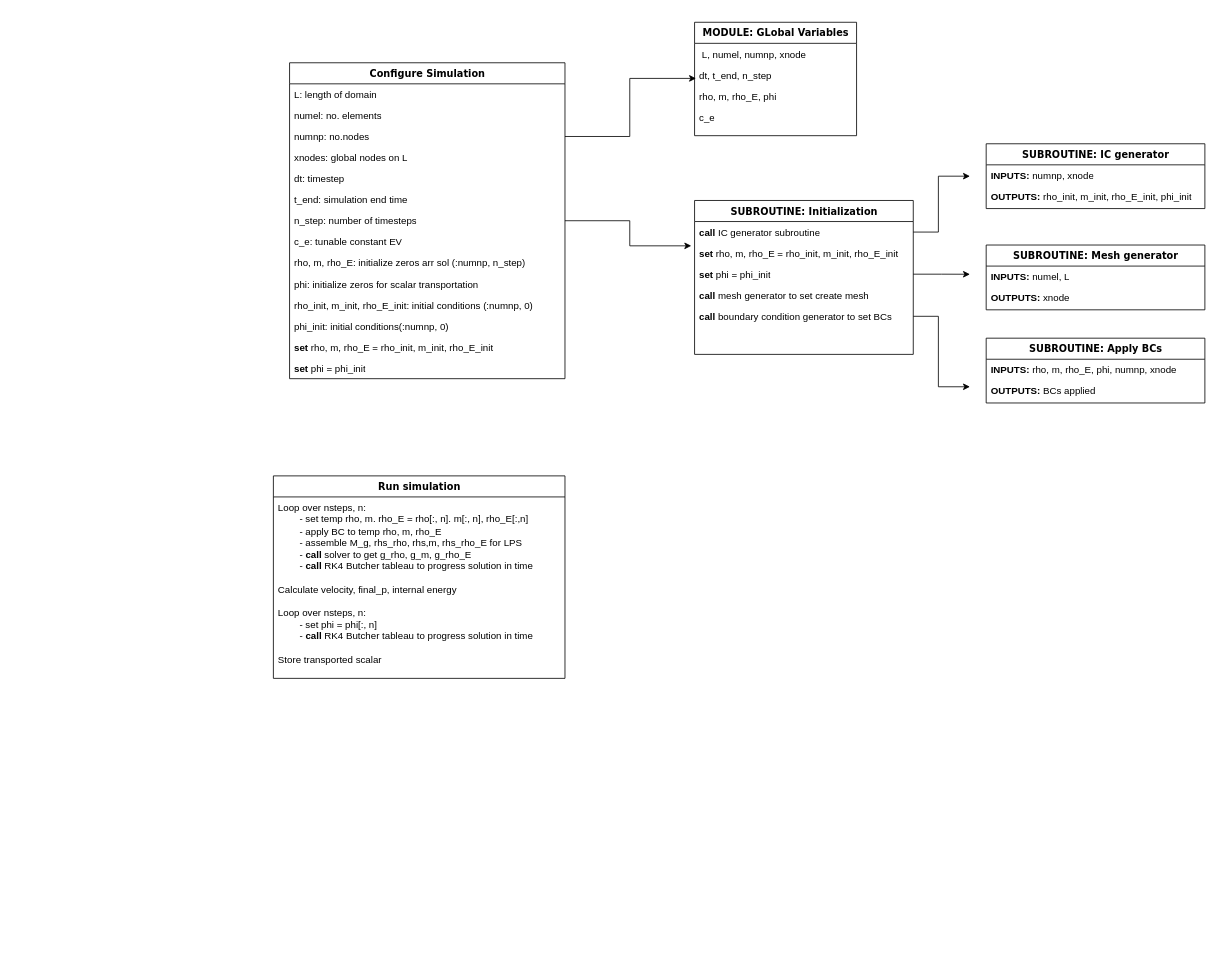
Earlier version of the draw.io diagram Untitled Diagram.drawio (cstylianou98/fortran_compressible_NS). Source tidied: cells renumbered, new cells numbered last; positions are measured from the earlier drawing's top-left corner, leaving out a move shared by most shapes. Both pictures are drawn from the tidied source at 81%, with x=0, y=0 at pixel (273, 22).
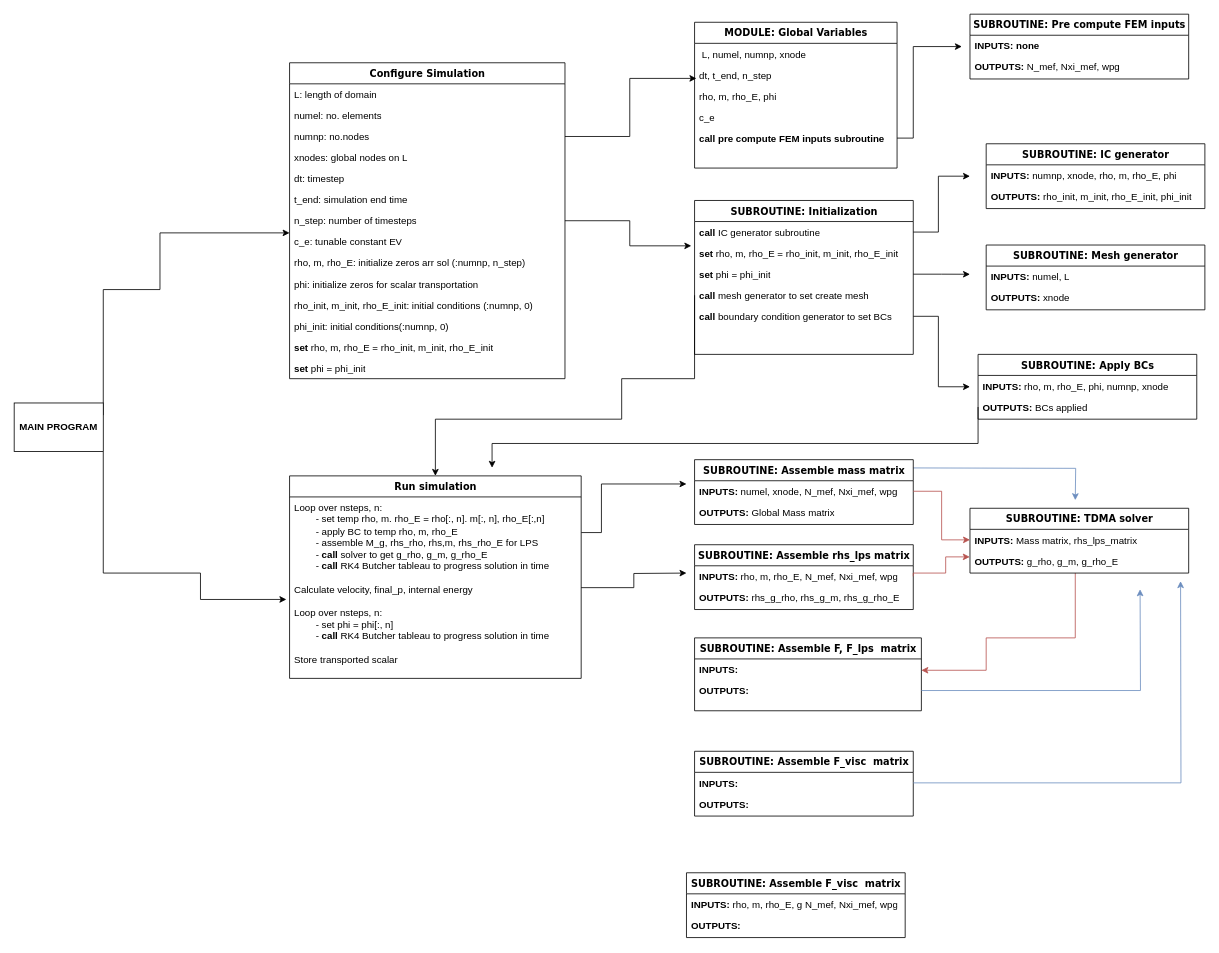
After the change.

Unchanged cells that the change refers to:
```xml
<mxCell id="10" value="c_e: tunable constant EV" style="text;html=1;strokeColor=none;fillColor=none;align=left;verticalAlign=top;spacingLeft=4;spacingRight=4;whiteSpace=wrap;overflow=hidden;points=[[0,0.5],[1,0.5]];portConstraint=eastwest;" parent="2" vertex="1">
  <mxGeometry y="208" width="340" height="26" as="geometry" />
</mxCell>
<mxCell id="29" value="&lt;b&gt;call &lt;/b&gt;mesh generator to set create mesh" style="text;html=1;strokeColor=none;fillColor=none;align=left;verticalAlign=top;spacingLeft=4;spacingRight=4;whiteSpace=wrap;overflow=hidden;points=[[0,0.5],[1,0.5]];portConstraint=eastwest;" parent="23" vertex="1">
  <mxGeometry y="104" width="270" height="26" as="geometry" />
</mxCell>
<mxCell id="33" value="SUBROUTINE: IC generator" style="swimlane;html=1;fontStyle=1;align=center;verticalAlign=top;horizontal=1;startSize=26;swimlaneFillColor=#ffffff;rounded=0;shadow=0;comic=0;labelBackgroundColor=none;strokeWidth=1;fillColor=none;fontFamily=Verdana;fontSize=12;" parent="1" vertex="1">
  <mxGeometry x="880" y="150" width="270" height="80" as="geometry" />
</mxCell>
<mxCell id="41" value="&lt;b&gt;OUTPUTS: &lt;/b&gt;BCs applied&amp;nbsp;" style="text;html=1;strokeColor=none;fillColor=none;align=left;verticalAlign=top;spacingLeft=4;spacingRight=4;whiteSpace=wrap;overflow=hidden;points=[[0,0.5],[1,0.5]];portConstraint=eastwest;" parent="39" vertex="1">
  <mxGeometry y="52" width="270" height="26" as="geometry" />
</mxCell>
<mxCell id="43" value="Loop over nsteps, n:&lt;div&gt;&lt;span style=&quot;white-space: pre;&quot;&gt;&#9;&lt;/span&gt;- set temp rho, m. rho_E = rho[:, n]. m[:, n], rho_E[:,n]&amp;nbsp;&amp;nbsp;&lt;/div&gt;&lt;div&gt;&lt;span style=&quot;white-space: pre;&quot;&gt;&#9;&lt;/span&gt;- apply BC to temp rho, m, rho_E&lt;br&gt;&lt;/div&gt;&lt;div&gt;&lt;span style=&quot;white-space: pre;&quot;&gt;&#9;&lt;/span&gt;- assemble M_g, rhs_rho, rhs,m, rhs_rho_E for LPS&lt;br&gt;&lt;/div&gt;&lt;div&gt;&lt;span style=&quot;white-space: pre;&quot;&gt;&#9;&lt;/span&gt;- &lt;b&gt;call &lt;/b&gt;solver to get g_rho, g_m, g_rho_E&lt;br&gt;&lt;/div&gt;&lt;div&gt;&lt;span style=&quot;white-space: pre;&quot;&gt;&#9;&lt;/span&gt;- &lt;b&gt;call &lt;/b&gt;RK4 Butcher tableau to progress solution in time&lt;/div&gt;&lt;div&gt;&lt;br&gt;&lt;/div&gt;&lt;div&gt;Calculate velocity, final_p, internal energy&lt;/div&gt;&lt;div&gt;&lt;br&gt;&lt;/div&gt;&lt;div&gt;Loop over nsteps, n:&lt;/div&gt;&lt;div&gt;&lt;span style=&quot;white-space: pre;&quot;&gt;&#9;&lt;/span&gt;- set phi = phi[:, n]&lt;br&gt;&lt;/div&gt;&lt;div&gt;&lt;span style=&quot;white-space: pre;&quot;&gt;&#9;&lt;/span&gt;- &lt;b&gt;call &lt;/b&gt;RK4 Butcher tableau to progress solution in time&lt;/div&gt;&lt;div&gt;&lt;span style=&quot;white-space: pre;&quot;&gt;&#9;&lt;/span&gt;&lt;/div&gt;&lt;div&gt;Store transported scalar&lt;/div&gt;" style="text;html=1;strokeColor=none;fillColor=none;align=left;verticalAlign=top;spacingLeft=4;spacingRight=4;whiteSpace=wrap;overflow=hidden;points=[[0,0.5],[1,0.5]];portConstraint=eastwest;" parent="42" vertex="1">
  <mxGeometry y="26" width="360" height="224" as="geometry" />
</mxCell>
```

What changed in the source:
```diff
@@
-    <mxCell id="17" value="MODULE: GLobal Variables" style="swimlane;html=1;fontStyle=1;align=center;verticalAlign=top;horizontal=1;startSize=26;swimlaneFillColor=#ffffff;rounded=0;shadow=0;comic=0;labelBackgroundColor=none;strokeWidth=1;fillColor=none;fontFamily=Verdana;fontSize=12;" parent="1" vertex="1">
-      <mxGeometry x="520" width="200" height="140" as="geometry" />
+    <mxCell id="17" value="MODULE: Global Variables" style="swimlane;html=1;fontStyle=1;align=center;verticalAlign=top;horizontal=1;startSize=26;swimlaneFillColor=#ffffff;rounded=0;shadow=0;comic=0;labelBackgroundColor=none;strokeWidth=1;fillColor=none;fontFamily=Verdana;fontSize=12;" parent="1" vertex="1">
+      <mxGeometry x="520" width="250" height="180" as="geometry" />
     </mxCell>
     <mxCell id="18" value="&amp;nbsp;L, numel, numnp, xnode" style="text;html=1;strokeColor=none;fillColor=none;align=left;verticalAlign=top;spacingLeft=4;spacingRight=4;whiteSpace=wrap;overflow=hidden;" parent="17" vertex="1">
-      <mxGeometry y="26" width="200" height="26" as="geometry" />
+      <mxGeometry y="26" width="250" height="26" as="geometry" />
     </mxCell>
     <mxCell id="19" value="dt, t_end, n_step" style="text;html=1;strokeColor=none;fillColor=none;align=left;verticalAlign=top;spacingLeft=4;spacingRight=4;whiteSpace=wrap;overflow=hidden;points=[[0,0.5],[1,0.5]];portConstraint=eastwest;" parent="17" vertex="1">
-      <mxGeometry y="52" width="200" height="26" as="geometry" />
+      <mxGeometry y="52" width="250" height="26" as="geometry" />
     </mxCell>
     <mxCell id="20" value="rho, m, rho_E, phi" style="text;html=1;strokeColor=none;fillColor=none;align=left;verticalAlign=top;spacingLeft=4;spacingRight=4;whiteSpace=wrap;overflow=hidden;" parent="17" vertex="1">
-      <mxGeometry y="78" width="200" height="26" as="geometry" />
+      <mxGeometry y="78" width="250" height="26" as="geometry" />
     </mxCell>
     <mxCell id="21" value="c_e" style="text;html=1;strokeColor=none;fillColor=none;align=left;verticalAlign=top;spacingLeft=4;spacingRight=4;whiteSpace=wrap;overflow=hidden;" parent="17" vertex="1">
-      <mxGeometry y="104" width="200" height="26" as="geometry" />
+      <mxGeometry y="104" width="250" height="26" as="geometry" />
     </mxCell>
+    <mxCell id="44" style="edgeStyle=orthogonalEdgeStyle;rounded=0;jettySize=auto;html=1;exitX=1;exitY=0.5;exitDx=0;exitDy=0;" parent="17" edge="1" source="45">
+      <mxGeometry relative="1" as="geometry">
+        <mxPoint x="330" y="30" as="targetPoint" />
+        <Array as="points">
+          <mxPoint x="270" y="143" />
+          <mxPoint x="270" y="30" />
+        </Array>
+      </mxGeometry>
+    </mxCell>
+    <mxCell id="45" value="&lt;b&gt;call pre compute FEM inputs subroutine&lt;/b&gt;" style="text;html=1;strokeColor=none;fillColor=none;align=left;verticalAlign=top;spacingLeft=4;spacingRight=4;whiteSpace=wrap;overflow=hidden;points=[[0,0.5],[1,0.5]];portConstraint=eastwest;" parent="17" vertex="1">
+      <mxGeometry y="130" width="250" height="26" as="geometry" />
+    </mxCell>
@@
-    <mxCell id="34" value="&lt;b&gt;INPUTS: &lt;/b&gt;numnp, xnode" style="text;html=1;strokeColor=none;fillColor=none;align=left;verticalAlign=top;spacingLeft=4;spacingRight=4;whiteSpace=wrap;overflow=hidden;" parent="33" vertex="1">
+    <mxCell id="34" value="&lt;b&gt;INPUTS: &lt;/b&gt;numnp, xnode, rho, m, rho_E, phi" style="text;html=1;strokeColor=none;fillColor=none;align=left;verticalAlign=top;spacingLeft=4;spacingRight=4;whiteSpace=wrap;overflow=hidden;" parent="33" vertex="1">
       <mxGeometry y="26" width="270" height="26" as="geometry" />
     </mxCell>
@@
     <mxCell id="39" value="SUBROUTINE: Apply BCs" style="swimlane;html=1;fontStyle=1;align=center;verticalAlign=top;horizontal=1;startSize=26;swimlaneFillColor=#ffffff;rounded=0;shadow=0;comic=0;labelBackgroundColor=none;strokeWidth=1;fillColor=none;fontFamily=Verdana;fontSize=12;" parent="1" vertex="1">
-      <mxGeometry x="880" y="390" width="270" height="80" as="geometry" />
+      <mxGeometry x="870" y="410" width="270" height="80" as="geometry" />
     </mxCell>
@@
+    <mxCell id="46" style="edgeStyle=orthogonalEdgeStyle;rounded=0;jettySize=auto;html=1;exitX=0;exitY=0.5;exitDx=0;exitDy=0;" parent="39" edge="1" source="41">
+      <mxGeometry relative="1" as="geometry">
+        <mxPoint x="-600" y="140" as="targetPoint" />
+        <Array as="points">
+          <mxPoint y="110" />
+          <mxPoint x="-600" y="110" />
+        </Array>
+      </mxGeometry>
+    </mxCell>
@@
+    <mxCell id="47" style="edgeStyle=orthogonalEdgeStyle;rounded=0;jettySize=auto;html=1;" parent="1" edge="1" source="42">
+      <mxGeometry relative="1" as="geometry">
+        <mxPoint x="510" y="570" as="targetPoint" />
+        <Array as="points">
+          <mxPoint x="405" y="630" />
+          <mxPoint x="405" y="570" />
+          <mxPoint x="510" y="570" />
+        </Array>
+      </mxGeometry>
+    </mxCell>
     <mxCell id="42" value="Run simulation" style="swimlane;html=1;fontStyle=1;align=center;verticalAlign=top;horizontal=1;startSize=26;swimlaneFillColor=#ffffff;rounded=0;shadow=0;comic=0;labelBackgroundColor=none;strokeWidth=1;fillColor=none;fontFamily=Verdana;fontSize=12;" parent="1" vertex="1">
-      <mxGeometry y="560" width="360" height="250" as="geometry" />
+      <mxGeometry x="20" y="560" width="360" height="250" as="geometry" />
     </mxCell>
+    <mxCell id="48" style="edgeStyle=orthogonalEdgeStyle;rounded=0;jettySize=auto;html=1;exitX=1;exitY=0.5;exitDx=0;exitDy=0;" parent="42" edge="1" source="43">
+      <mxGeometry relative="1" as="geometry">
+        <mxPoint x="490" y="120" as="targetPoint" />
+      </mxGeometry>
+    </mxCell>
@@
+    <mxCell id="49" style="edgeStyle=orthogonalEdgeStyle;rounded=0;jettySize=auto;html=1;exitX=0;exitY=0.5;exitDx=0;exitDy=0;entryX=0.5;entryY=0;entryDx=0;entryDy=0;" parent="1" edge="1" source="29" target="42">
+      <mxGeometry relative="1" as="geometry">
+        <Array as="points">
+          <mxPoint x="520" y="440" />
+          <mxPoint x="430" y="440" />
+          <mxPoint x="430" y="490" />
+          <mxPoint x="200" y="490" />
+        </Array>
+      </mxGeometry>
+    </mxCell>
+    <mxCell id="50" style="edgeStyle=orthogonalEdgeStyle;rounded=0;orthogonalLoop=1;jettySize=auto;html=1;exitX=1;exitY=0.25;exitDx=0;exitDy=0;fillColor=#dae8fc;strokeColor=#6c8ebf;" parent="1" edge="1">
+      <mxGeometry relative="1" as="geometry">
+        <mxPoint x="790" y="550.2" as="sourcePoint" />
+        <mxPoint x="990" y="590" as="targetPoint" />
+      </mxGeometry>
+    </mxCell>
+    <mxCell id="51" value="SUBROUTINE: Assemble mass matrix" style="swimlane;html=1;fontStyle=1;align=center;verticalAlign=top;horizontal=1;startSize=26;swimlaneFillColor=#ffffff;rounded=0;shadow=0;comic=0;labelBackgroundColor=none;strokeWidth=1;fillColor=none;fontFamily=Verdana;fontSize=12;" parent="1" vertex="1">
+      <mxGeometry x="520" y="540" width="270" height="80" as="geometry" />
+    </mxCell>
+    <mxCell id="52" value="&lt;b&gt;INPUTS: &lt;/b&gt;numel, xnode, N_mef, Nxi_mef, wpg" style="text;html=1;strokeColor=none;fillColor=none;align=left;verticalAlign=top;spacingLeft=4;spacingRight=4;whiteSpace=wrap;overflow=hidden;points=[[0,0.5],[1,0.5]];portConstraint=eastwest;" parent="51" vertex="1">
+      <mxGeometry y="26" width="270" height="26" as="geometry" />
+    </mxCell>
+    <mxCell id="53" value="&lt;b&gt;OUTPUTS: &lt;/b&gt;Global Mass matrix" style="text;html=1;strokeColor=none;fillColor=none;align=left;verticalAlign=top;spacingLeft=4;spacingRight=4;whiteSpace=wrap;overflow=hidden;" parent="51" vertex="1">
+      <mxGeometry y="52" width="270" height="26" as="geometry" />
+    </mxCell>
+    <mxCell id="54" value="SUBROUTINE: Pre compute FEM inputs" style="swimlane;html=1;fontStyle=1;align=center;verticalAlign=top;horizontal=1;startSize=26;swimlaneFillColor=#ffffff;rounded=0;shadow=0;comic=0;labelBackgroundColor=none;strokeWidth=1;fillColor=none;fontFamily=Verdana;fontSize=12;" parent="1" vertex="1">
+      <mxGeometry x="860" y="-10" width="270" height="80" as="geometry" />
+    </mxCell>
+    <mxCell id="55" value="&lt;b&gt;INPUTS: none&lt;/b&gt;" style="text;html=1;strokeColor=none;fillColor=none;align=left;verticalAlign=top;spacingLeft=4;spacingRight=4;whiteSpace=wrap;overflow=hidden;" parent="54" vertex="1">
+      <mxGeometry y="26" width="270" height="26" as="geometry" />
+    </mxCell>
+    <mxCell id="56" value="&lt;b&gt;OUTPUTS: &lt;/b&gt;N_mef, Nxi_mef, wpg" style="text;html=1;strokeColor=none;fillColor=none;align=left;verticalAlign=top;spacingLeft=4;spacingRight=4;whiteSpace=wrap;overflow=hidden;" parent="54" vertex="1">
+      <mxGeometry y="52" width="270" height="26" as="geometry" />
+    </mxCell>
+    <mxCell id="57" value="SUBROUTINE: Assemble rhs_lps matrix" style="swimlane;html=1;fontStyle=1;align=center;verticalAlign=top;horizontal=1;startSize=26;swimlaneFillColor=#ffffff;rounded=0;shadow=0;comic=0;labelBackgroundColor=none;strokeWidth=1;fillColor=none;fontFamily=Verdana;fontSize=12;" parent="1" vertex="1">
+      <mxGeometry x="520" y="645" width="270" height="80" as="geometry" />
+    </mxCell>
+    <mxCell id="58" value="&lt;b&gt;INPUTS: &lt;/b&gt;rho, m, rho_E, N_mef, Nxi_mef, wpg" style="text;html=1;strokeColor=none;fillColor=none;align=left;verticalAlign=top;spacingLeft=4;spacingRight=4;whiteSpace=wrap;overflow=hidden;points=[[0,0.5],[1,0.5]];portConstraint=eastwest;" parent="57" vertex="1">
+      <mxGeometry y="26" width="270" height="26" as="geometry" />
+    </mxCell>
+    <mxCell id="59" value="&lt;b&gt;OUTPUTS: &lt;/b&gt;rhs_g_rho, rhs_g_m, rhs_g_rho_E" style="text;html=1;strokeColor=none;fillColor=none;align=left;verticalAlign=top;spacingLeft=4;spacingRight=4;whiteSpace=wrap;overflow=hidden;" parent="57" vertex="1">
+      <mxGeometry y="52" width="270" height="26" as="geometry" />
+    </mxCell>
+    <mxCell id="60" value="SUBROUTINE: Assemble F_visc&amp;nbsp; matrix" style="swimlane;html=1;fontStyle=1;align=center;verticalAlign=top;horizontal=1;startSize=26;swimlaneFillColor=#ffffff;rounded=0;shadow=0;comic=0;labelBackgroundColor=none;strokeWidth=1;fillColor=none;fontFamily=Verdana;fontSize=12;" parent="1" vertex="1">
+      <mxGeometry x="510" y="1050" width="270" height="80" as="geometry" />
+    </mxCell>
+    <mxCell id="61" value="&lt;b&gt;INPUTS: &lt;/b&gt;rho, m, rho_E, g N_mef, Nxi_mef, wpg" style="text;html=1;strokeColor=none;fillColor=none;align=left;verticalAlign=top;spacingLeft=4;spacingRight=4;whiteSpace=wrap;overflow=hidden;" parent="60" vertex="1">
+      <mxGeometry y="26" width="270" height="26" as="geometry" />
+    </mxCell>
+    <mxCell id="62" value="&lt;b&gt;OUTPUTS:&lt;/b&gt;" style="text;html=1;strokeColor=none;fillColor=none;align=left;verticalAlign=top;spacingLeft=4;spacingRight=4;whiteSpace=wrap;overflow=hidden;" parent="60" vertex="1">
+      <mxGeometry y="52" width="270" height="26" as="geometry" />
+    </mxCell>
+    <mxCell id="63" style="edgeStyle=orthogonalEdgeStyle;rounded=0;jettySize=auto;html=1;fillColor=#f8cecc;strokeColor=#b85450;" parent="1" edge="1" source="64">
+      <mxGeometry relative="1" as="geometry">
+        <mxPoint x="800" y="800" as="targetPoint" />
+        <Array as="points">
+          <mxPoint x="990" y="760" />
+          <mxPoint x="880" y="760" />
+        </Array>
+      </mxGeometry>
+    </mxCell>
+    <mxCell id="64" value="SUBROUTINE: TDMA solver" style="swimlane;html=1;fontStyle=1;align=center;verticalAlign=top;horizontal=1;startSize=26;swimlaneFillColor=#ffffff;rounded=0;shadow=0;comic=0;labelBackgroundColor=none;strokeWidth=1;fillColor=none;fontFamily=Verdana;fontSize=12;" parent="1" vertex="1">
+      <mxGeometry x="860" y="600" width="270" height="80" as="geometry" />
+    </mxCell>
+    <mxCell id="65" value="&lt;b&gt;INPUTS: &lt;/b&gt;Mass matrix, rhs_lps_matrix" style="text;html=1;strokeColor=none;fillColor=none;align=left;verticalAlign=top;spacingLeft=4;spacingRight=4;whiteSpace=wrap;overflow=hidden;points=[[0,0.5],[1,0.5]];portConstraint=eastwest;" parent="64" vertex="1">
+      <mxGeometry y="26" width="270" height="26" as="geometry" />
+    </mxCell>
+    <mxCell id="66" value="&lt;b&gt;OUTPUTS: &lt;/b&gt;g_rho, g_m, g_rho_E" style="text;html=1;strokeColor=none;fillColor=none;align=left;verticalAlign=top;spacingLeft=4;spacingRight=4;whiteSpace=wrap;overflow=hidden;points=[[0,0.5],[1,0.5]];portConstraint=eastwest;" parent="64" vertex="1">
+      <mxGeometry y="52" width="270" height="26" as="geometry" />
+    </mxCell>
+    <mxCell id="67" style="edgeStyle=orthogonalEdgeStyle;rounded=0;jettySize=auto;html=1;exitX=1;exitY=0.5;exitDx=0;exitDy=0;fillColor=#f8cecc;strokeColor=#b85450;" parent="1" edge="1" source="52" target="65">
+      <mxGeometry relative="1" as="geometry" />
+    </mxCell>
+    <mxCell id="68" style="edgeStyle=orthogonalEdgeStyle;rounded=0;jettySize=auto;html=1;exitX=1;exitY=0.5;exitDx=0;exitDy=0;entryX=-0.001;entryY=0.308;entryDx=0;entryDy=0;entryPerimeter=0;fillColor=#f8cecc;strokeColor=#b85450;" parent="1" edge="1" source="58" target="66">
+      <mxGeometry relative="1" as="geometry">
+        <Array as="points">
+          <mxPoint x="790" y="680" />
+          <mxPoint x="830" y="680" />
+          <mxPoint x="830" y="660" />
+        </Array>
+      </mxGeometry>
+    </mxCell>
+    <mxCell id="69" style="edgeStyle=orthogonalEdgeStyle;rounded=0;jettySize=auto;html=1;exitX=1;exitY=0.25;exitDx=0;exitDy=0;entryX=0;entryY=0.077;entryDx=0;entryDy=0;entryPerimeter=0;" parent="1" edge="1" source="71" target="10">
+      <mxGeometry relative="1" as="geometry">
+        <Array as="points">
+          <mxPoint x="-210" y="330" />
+          <mxPoint x="-140" y="330" />
+          <mxPoint x="-140" y="260" />
+        </Array>
+      </mxGeometry>
+    </mxCell>
+    <mxCell id="70" style="edgeStyle=orthogonalEdgeStyle;rounded=0;jettySize=auto;html=1;exitX=1;exitY=1;exitDx=0;exitDy=0;entryX=-0.011;entryY=0.565;entryDx=0;entryDy=0;entryPerimeter=0;" parent="1" edge="1" source="71" target="43">
+      <mxGeometry relative="1" as="geometry">
+        <Array as="points">
+          <mxPoint x="-210" y="680" />
+          <mxPoint x="-90" y="680" />
+          <mxPoint x="-90" y="713" />
+        </Array>
+      </mxGeometry>
+    </mxCell>
+    <mxCell id="71" value="&lt;b&gt;MAIN PROGRAM&lt;/b&gt;" style="rounded=0;whiteSpace=wrap;html=1;" parent="1" vertex="1">
+      <mxGeometry x="-320" y="470" width="110" height="60" as="geometry" />
+    </mxCell>
+    <mxCell id="72" value="SUBROUTINE: Assemble F, F_lps&amp;nbsp; matrix" style="swimlane;html=1;fontStyle=1;align=center;verticalAlign=top;horizontal=1;startSize=26;swimlaneFillColor=#ffffff;rounded=0;shadow=0;comic=0;labelBackgroundColor=none;strokeWidth=1;fillColor=none;fontFamily=Verdana;fontSize=12;" parent="1" vertex="1">
+      <mxGeometry x="520" y="760" width="280" height="90" as="geometry" />
+    </mxCell>
+    <mxCell id="73" value="&lt;b&gt;INPUTS:&amp;nbsp;&lt;/b&gt;" style="text;html=1;strokeColor=none;fillColor=none;align=left;verticalAlign=top;spacingLeft=4;spacingRight=4;whiteSpace=wrap;overflow=hidden;" parent="72" vertex="1">
+      <mxGeometry y="26" width="280" height="26" as="geometry" />
+    </mxCell>
+    <mxCell id="74" style="edgeStyle=orthogonalEdgeStyle;rounded=0;jettySize=auto;html=1;fillColor=#dae8fc;strokeColor=#6c8ebf;" parent="72" edge="1" source="75">
+      <mxGeometry relative="1" as="geometry">
+        <mxPoint x="550" y="-60" as="targetPoint" />
+      </mxGeometry>
+    </mxCell>
+    <mxCell id="75" value="&lt;b&gt;OUTPUTS:&lt;/b&gt;" style="text;html=1;strokeColor=none;fillColor=none;align=left;verticalAlign=top;spacingLeft=4;spacingRight=4;whiteSpace=wrap;overflow=hidden;points=[[0,0.5],[1,0.5]];portConstraint=eastwest;" parent="72" vertex="1">
+      <mxGeometry y="52" width="280" height="26" as="geometry" />
+    </mxCell>
+    <mxCell id="76" value="SUBROUTINE: Assemble F_visc&amp;nbsp; matrix" style="swimlane;html=1;fontStyle=1;align=center;verticalAlign=top;horizontal=1;startSize=26;swimlaneFillColor=#ffffff;rounded=0;shadow=0;comic=0;labelBackgroundColor=none;strokeWidth=1;fillColor=none;fontFamily=Verdana;fontSize=12;" parent="1" vertex="1">
+      <mxGeometry x="520" y="900" width="270" height="80" as="geometry" />
+    </mxCell>
+    <mxCell id="77" style="edgeStyle=orthogonalEdgeStyle;rounded=0;jettySize=auto;html=1;exitX=1;exitY=0.5;exitDx=0;exitDy=0;fillColor=#dae8fc;strokeColor=#6c8ebf;" parent="76" edge="1" source="78">
+      <mxGeometry relative="1" as="geometry">
+        <mxPoint x="600" y="-210" as="targetPoint" />
+      </mxGeometry>
+    </mxCell>
+    <mxCell id="78" value="&lt;b&gt;INPUTS:&amp;nbsp;&lt;/b&gt;" style="text;html=1;strokeColor=none;fillColor=none;align=left;verticalAlign=top;spacingLeft=4;spacingRight=4;whiteSpace=wrap;overflow=hidden;points=[[0,0.5],[1,0.5]];portConstraint=eastwest;" parent="76" vertex="1">
+      <mxGeometry y="26" width="270" height="26" as="geometry" />
+    </mxCell>
+    <mxCell id="79" value="&lt;b&gt;OUTPUTS:&lt;/b&gt;" style="text;html=1;strokeColor=none;fillColor=none;align=left;verticalAlign=top;spacingLeft=4;spacingRight=4;whiteSpace=wrap;overflow=hidden;" parent="76" vertex="1">
+      <mxGeometry y="52" width="270" height="26" as="geometry" />
+    </mxCell>
```
